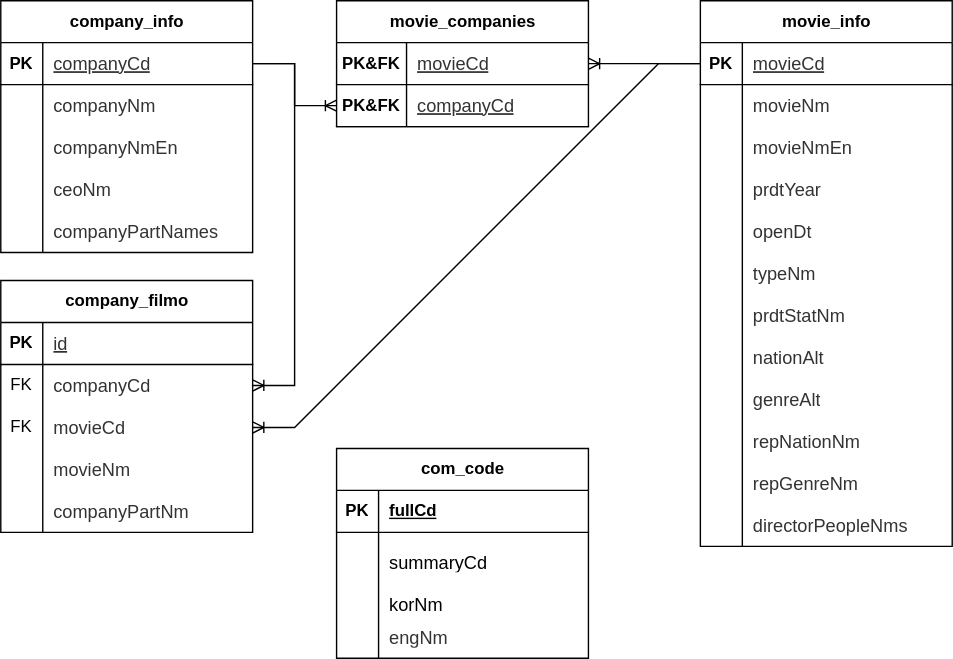
moner050/cine-info keeps this draw.io diagram as cine-info-erd.svg. Above is the earlier version. Source tidied: cells renumbered, new cells last; positions are measured from the earlier drawing's top-left corner, leaving out a move shared by most shapes.
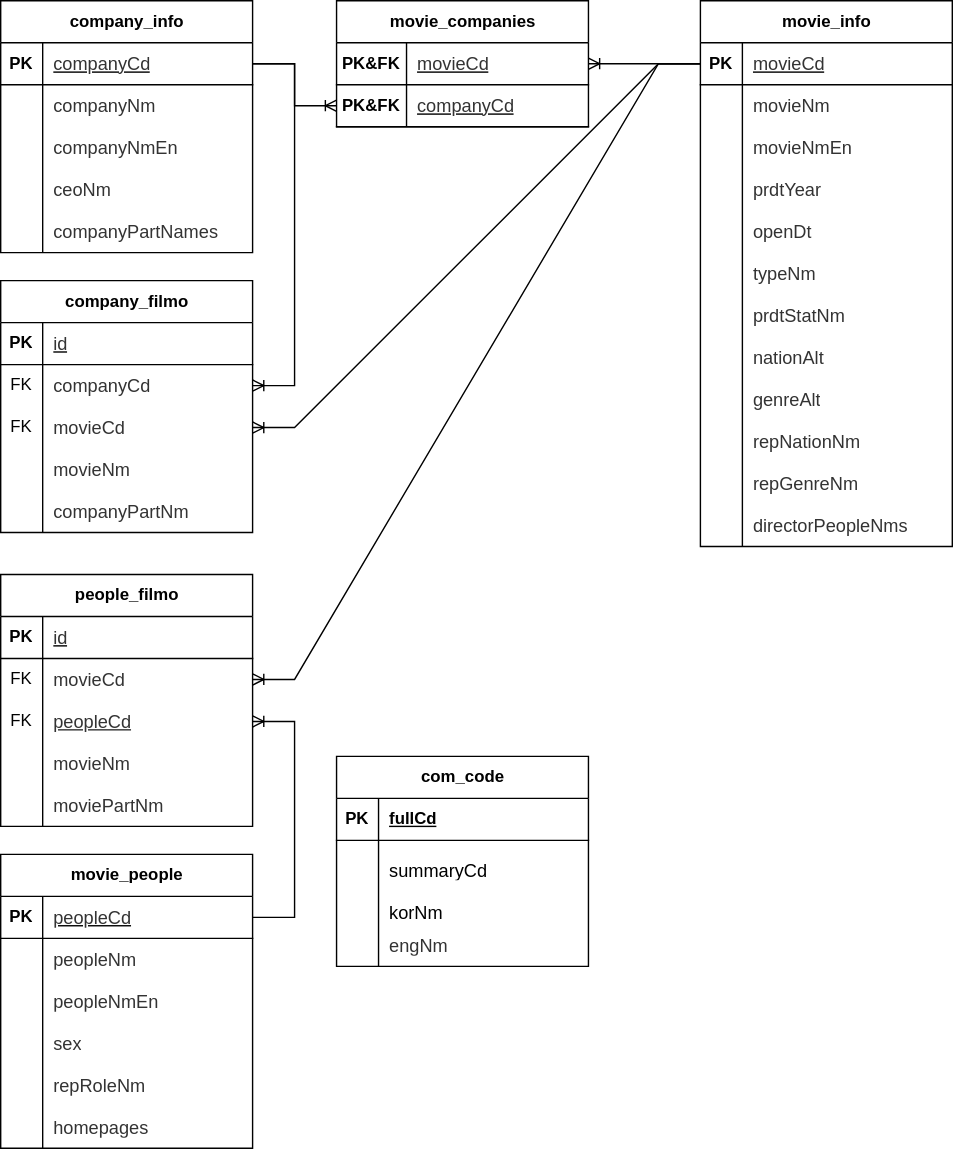
After the change.

What changed in the source:
```diff
@@ -3,7 +3,7 @@
     <mxCell id="0" />
     <mxCell id="1" parent="0" />
     <mxCell id="2" value="com_code" style="shape=table;startSize=30;rowLines=0;fontStyle=1;align=center;html=1;" parent="1" vertex="1">
-      <mxGeometry x="760" y="530" width="180" height="150" as="geometry" />
+      <mxGeometry x="760" y="750" width="180" height="150" as="geometry" />
     </mxCell>
     <mxCell id="3" style="shape=tableRow;horizontal=0;startSize=0;swimlaneHead=0;swimlaneBody=0;fillColor=none;top=0;left=0;right=0;bottom=1;" parent="2" vertex="1">
       <mxGeometry y="30" width="180" height="30" as="geometry" />
@@ -269,6 +269,54 @@
     <mxCell id="90" value="&lt;span style=&quot;color: rgb(51, 51, 51); font-family: &amp;quot;Nanum Gothic&amp;quot;, sans-serif; font-size: 13px; text-align: center; background-color: rgb(255, 255, 255);&quot;&gt;companyPartNm&lt;/span&gt;" style="shape=partialRectangle;fillColor=none;top=0;left=0;bottom=0;right=0;align=left;spacingLeft=6;overflow=hidden;whiteSpace=wrap;html=1;" parent="88" vertex="1">
       <mxGeometry x="30" width="150" height="30" as="geometry" />
     </mxCell>
+    <mxCell id="95" value="people_filmo" style="shape=table;startSize=30;rowLines=0;fontStyle=1;align=center;html=1;" parent="1" vertex="1">
+      <mxGeometry x="520" y="620" width="180" height="180" as="geometry" />
+    </mxCell>
+    <mxCell id="96" style="shape=tableRow;horizontal=0;startSize=0;swimlaneHead=0;swimlaneBody=0;fillColor=none;top=0;left=0;right=0;bottom=1;" parent="95" vertex="1">
+      <mxGeometry y="30" width="180" height="30" as="geometry" />
+    </mxCell>
+    <mxCell id="97" value="PK" style="shape=partialRectangle;fillColor=none;top=0;left=0;bottom=0;right=0;fontStyle=1;overflow=hidden;whiteSpace=wrap;html=1;" parent="96" vertex="1">
+      <mxGeometry width="30" height="30" as="geometry" />
+    </mxCell>
+    <mxCell id="98" value="&lt;font face=&quot;Nanum Gothic, sans-serif&quot; color=&quot;#333333&quot;&gt;&lt;span style=&quot;font-size: 13px; font-weight: 400; background-color: rgb(255, 255, 255);&quot;&gt;id&lt;/span&gt;&lt;/font&gt;" style="shape=partialRectangle;fillColor=none;top=0;left=0;bottom=0;right=0;align=left;spacingLeft=6;fontStyle=5;overflow=hidden;whiteSpace=wrap;html=1;" parent="96" vertex="1">
+      <mxGeometry x="30" width="150" height="30" as="geometry" />
+    </mxCell>
+    <mxCell id="99" style="shape=tableRow;horizontal=0;startSize=0;swimlaneHead=0;swimlaneBody=0;fillColor=none;points=[[0,0.5],[1,0.5]];portConstraint=eastwest;top=0;left=0;right=0;bottom=0;" parent="95" vertex="1">
+      <mxGeometry y="60" width="180" height="30" as="geometry" />
+    </mxCell>
+    <mxCell id="100" value="FK" style="shape=partialRectangle;fillColor=none;top=0;left=0;bottom=0;right=0;overflow=hidden;whiteSpace=wrap;html=1;" parent="99" vertex="1">
+      <mxGeometry width="30" height="30" as="geometry" />
+    </mxCell>
+    <mxCell id="101" value="&lt;span style=&quot;color: rgb(51, 51, 51); font-family: &amp;quot;Nanum Gothic&amp;quot;, sans-serif; font-size: 13px; text-align: center; background-color: rgb(255, 255, 255);&quot;&gt;movieCd&lt;/span&gt;" style="shape=partialRectangle;fillColor=none;top=0;left=0;bottom=0;right=0;align=left;spacingLeft=6;overflow=hidden;whiteSpace=wrap;html=1;" parent="99" vertex="1">
+      <mxGeometry x="30" width="150" height="30" as="geometry" />
+    </mxCell>
+    <mxCell id="102" style="shape=tableRow;horizontal=0;startSize=0;swimlaneHead=0;swimlaneBody=0;fillColor=none;points=[[0,0.5],[1,0.5]];portConstraint=eastwest;top=0;left=0;right=0;bottom=0;" parent="95" vertex="1">
+      <mxGeometry y="90" width="180" height="30" as="geometry" />
+    </mxCell>
+    <mxCell id="103" value="FK" style="shape=partialRectangle;fillColor=none;top=0;left=0;bottom=0;right=0;overflow=hidden;whiteSpace=wrap;html=1;" parent="102" vertex="1">
+      <mxGeometry width="30" height="30" as="geometry" />
+    </mxCell>
+    <mxCell id="104" value="&lt;span style=&quot;color: rgb(51, 51, 51); font-family: &amp;quot;Nanum Gothic&amp;quot;, sans-serif; font-size: 13px; text-align: center; background-color: rgb(255, 255, 255); text-decoration-line: underline;&quot;&gt;peopleCd&lt;/span&gt;" style="shape=partialRectangle;fillColor=none;top=0;left=0;bottom=0;right=0;align=left;spacingLeft=6;overflow=hidden;whiteSpace=wrap;html=1;" parent="102" vertex="1">
+      <mxGeometry x="30" width="150" height="30" as="geometry" />
+    </mxCell>
+    <mxCell id="105" style="shape=tableRow;horizontal=0;startSize=0;swimlaneHead=0;swimlaneBody=0;fillColor=none;top=0;left=0;right=0;bottom=0;" parent="95" vertex="1">
+      <mxGeometry y="120" width="180" height="30" as="geometry" />
+    </mxCell>
+    <mxCell id="106" style="shape=partialRectangle;fillColor=none;top=0;left=0;bottom=0;right=0;overflow=hidden;whiteSpace=wrap;html=1;" parent="105" vertex="1">
+      <mxGeometry width="30" height="30" as="geometry" />
+    </mxCell>
+    <mxCell id="107" value="&lt;span style=&quot;color: rgb(51, 51, 51); font-family: &amp;quot;Nanum Gothic&amp;quot;, sans-serif; font-size: 13px; text-align: center; background-color: rgb(255, 255, 255);&quot;&gt;movieNm&lt;/span&gt;" style="shape=partialRectangle;fillColor=none;top=0;left=0;bottom=0;right=0;align=left;spacingLeft=6;overflow=hidden;whiteSpace=wrap;html=1;" parent="105" vertex="1">
+      <mxGeometry x="30" width="150" height="30" as="geometry" />
+    </mxCell>
+    <mxCell id="108" style="shape=tableRow;horizontal=0;startSize=0;swimlaneHead=0;swimlaneBody=0;fillColor=none;top=0;left=0;right=0;bottom=0;" parent="95" vertex="1">
+      <mxGeometry y="150" width="180" height="30" as="geometry" />
+    </mxCell>
+    <mxCell id="109" style="shape=partialRectangle;fillColor=none;top=0;left=0;bottom=0;right=0;overflow=hidden;whiteSpace=wrap;html=1;" parent="108" vertex="1">
+      <mxGeometry width="30" height="30" as="geometry" />
+    </mxCell>
+    <mxCell id="110" value="&lt;span style=&quot;color: rgb(51, 51, 51); font-family: &amp;quot;Nanum Gothic&amp;quot;, sans-serif; font-size: 13px; text-align: center; background-color: rgb(255, 255, 255);&quot;&gt;moviePartNm&lt;/span&gt;" style="shape=partialRectangle;fillColor=none;top=0;left=0;bottom=0;right=0;align=left;spacingLeft=6;overflow=hidden;whiteSpace=wrap;html=1;" parent="108" vertex="1">
+      <mxGeometry x="30" width="150" height="30" as="geometry" />
+    </mxCell>
     <mxCell id="91" style="edgeStyle=entityRelationEdgeStyle;fontSize=12;html=1;endArrow=ERoneToMany;rounded=0;exitX=0;exitY=0.5;exitDx=0;exitDy=0;entryX=1;entryY=0.5;entryDx=0;entryDy=0;" parent="1" edge="1" source="39" target="32">
       <mxGeometry relative="1" as="geometry" />
     </mxCell>
@@ -300,5 +348,68 @@
     <mxCell id="94" style="edgeStyle=entityRelationEdgeStyle;fontSize=12;html=1;endArrow=ERoneToMany;rounded=0;exitX=1;exitY=0.5;exitDx=0;exitDy=0;entryX=0;entryY=0.5;entryDx=0;entryDy=0;" parent="1" edge="1" source="16" target="35">
       <mxGeometry relative="1" as="geometry" />
     </mxCell>
+    <mxCell id="111" value="movie_people" style="shape=table;startSize=30;rowLines=0;fontStyle=1;align=center;html=1;" parent="1" vertex="1">
+      <mxGeometry x="520" y="820" width="180" height="210" as="geometry" />
+    </mxCell>
+    <mxCell id="112" style="shape=tableRow;horizontal=0;startSize=0;swimlaneHead=0;swimlaneBody=0;fillColor=none;points=[[0,0.5],[1,0.5]];portConstraint=eastwest;top=0;left=0;right=0;bottom=1;" parent="111" vertex="1">
+      <mxGeometry y="30" width="180" height="30" as="geometry" />
+    </mxCell>
+    <mxCell id="113" value="PK" style="shape=partialRectangle;fillColor=none;top=0;left=0;bottom=0;right=0;fontStyle=1;overflow=hidden;whiteSpace=wrap;html=1;" parent="112" vertex="1">
+      <mxGeometry width="30" height="30" as="geometry" />
+    </mxCell>
+    <mxCell id="114" value="&lt;span style=&quot;color: rgb(51, 51, 51); font-family: &amp;quot;Nanum Gothic&amp;quot;, sans-serif; font-size: 13px; font-weight: 400; text-align: center; background-color: rgb(255, 255, 255);&quot;&gt;peopleCd&lt;/span&gt;" style="shape=partialRectangle;fillColor=none;top=0;left=0;bottom=0;right=0;align=left;spacingLeft=6;fontStyle=5;overflow=hidden;whiteSpace=wrap;html=1;" parent="112" vertex="1">
+      <mxGeometry x="30" width="150" height="30" as="geometry" />
+    </mxCell>
+    <mxCell id="115" style="shape=tableRow;horizontal=0;startSize=0;swimlaneHead=0;swimlaneBody=0;fillColor=none;top=0;left=0;right=0;bottom=0;" parent="111" vertex="1">
+      <mxGeometry y="60" width="180" height="30" as="geometry" />
+    </mxCell>
+    <mxCell id="116" style="shape=partialRectangle;fillColor=none;top=0;left=0;bottom=0;right=0;overflow=hidden;whiteSpace=wrap;html=1;" parent="115" vertex="1">
+      <mxGeometry width="30" height="30" as="geometry" />
+    </mxCell>
+    <mxCell id="117" value="&lt;span style=&quot;color: rgb(51, 51, 51); font-family: &amp;quot;Nanum Gothic&amp;quot;, sans-serif; font-size: 13px; text-align: center; background-color: rgb(255, 255, 255);&quot;&gt;peopleNm&lt;/span&gt;" style="shape=partialRectangle;fillColor=none;top=0;left=0;bottom=0;right=0;align=left;spacingLeft=6;overflow=hidden;whiteSpace=wrap;html=1;" parent="115" vertex="1">
+      <mxGeometry x="30" width="150" height="30" as="geometry" />
+    </mxCell>
+    <mxCell id="118" style="shape=tableRow;horizontal=0;startSize=0;swimlaneHead=0;swimlaneBody=0;fillColor=none;top=0;left=0;right=0;bottom=0;" parent="111" vertex="1">
+      <mxGeometry y="90" width="180" height="30" as="geometry" />
+    </mxCell>
+    <mxCell id="119" style="shape=partialRectangle;fillColor=none;top=0;left=0;bottom=0;right=0;overflow=hidden;whiteSpace=wrap;html=1;" parent="118" vertex="1">
+      <mxGeometry width="30" height="30" as="geometry" />
+    </mxCell>
+    <mxCell id="120" value="&lt;span style=&quot;color: rgb(51, 51, 51); font-family: &amp;quot;Nanum Gothic&amp;quot;, sans-serif; font-size: 13px; text-align: center; background-color: rgb(255, 255, 255);&quot;&gt;peopleNmEn&lt;/span&gt;" style="shape=partialRectangle;fillColor=none;top=0;left=0;bottom=0;right=0;align=left;spacingLeft=6;overflow=hidden;whiteSpace=wrap;html=1;" parent="118" vertex="1">
+      <mxGeometry x="30" width="150" height="30" as="geometry" />
+    </mxCell>
+    <mxCell id="121" style="shape=tableRow;horizontal=0;startSize=0;swimlaneHead=0;swimlaneBody=0;fillColor=none;top=0;left=0;right=0;bottom=0;" parent="111" vertex="1">
+      <mxGeometry y="120" width="180" height="30" as="geometry" />
+    </mxCell>
+    <mxCell id="122" style="shape=partialRectangle;fillColor=none;top=0;left=0;bottom=0;right=0;overflow=hidden;whiteSpace=wrap;html=1;" parent="121" vertex="1">
+      <mxGeometry width="30" height="30" as="geometry" />
+    </mxCell>
+    <mxCell id="123" value="&lt;span style=&quot;color: rgb(51, 51, 51); font-family: &amp;quot;Nanum Gothic&amp;quot;, sans-serif; font-size: 13px; text-align: center; background-color: rgb(255, 255, 255);&quot;&gt;sex&lt;/span&gt;" style="shape=partialRectangle;fillColor=none;top=0;left=0;bottom=0;right=0;align=left;spacingLeft=6;overflow=hidden;whiteSpace=wrap;html=1;" parent="121" vertex="1">
+      <mxGeometry x="30" width="150" height="30" as="geometry" />
+    </mxCell>
+    <mxCell id="124" style="shape=tableRow;horizontal=0;startSize=0;swimlaneHead=0;swimlaneBody=0;fillColor=none;top=0;left=0;right=0;bottom=0;" parent="111" vertex="1">
+      <mxGeometry y="150" width="180" height="30" as="geometry" />
+    </mxCell>
+    <mxCell id="125" style="shape=partialRectangle;fillColor=none;top=0;left=0;bottom=0;right=0;overflow=hidden;whiteSpace=wrap;html=1;" parent="124" vertex="1">
+      <mxGeometry width="30" height="30" as="geometry" />
+    </mxCell>
+    <mxCell id="126" value="&lt;span style=&quot;color: rgb(51, 51, 51); font-family: &amp;quot;Nanum Gothic&amp;quot;, sans-serif; font-size: 13px; text-align: center; background-color: rgb(255, 255, 255);&quot;&gt;repRoleNm&lt;/span&gt;" style="shape=partialRectangle;fillColor=none;top=0;left=0;bottom=0;right=0;align=left;spacingLeft=6;overflow=hidden;whiteSpace=wrap;html=1;" parent="124" vertex="1">
+      <mxGeometry x="30" width="150" height="30" as="geometry" />
+    </mxCell>
+    <mxCell id="127" style="shape=tableRow;horizontal=0;startSize=0;swimlaneHead=0;swimlaneBody=0;fillColor=none;top=0;left=0;right=0;bottom=0;" parent="111" vertex="1">
+      <mxGeometry y="180" width="180" height="30" as="geometry" />
+    </mxCell>
+    <mxCell id="128" style="shape=partialRectangle;fillColor=none;top=0;left=0;bottom=0;right=0;overflow=hidden;whiteSpace=wrap;html=1;" parent="127" vertex="1">
+      <mxGeometry width="30" height="30" as="geometry" />
+    </mxCell>
+    <mxCell id="129" value="&lt;span style=&quot;color: rgb(51, 51, 51); font-family: &amp;quot;Nanum Gothic&amp;quot;, sans-serif; font-size: 13px; text-align: center; background-color: rgb(255, 255, 255);&quot;&gt;homepages&lt;/span&gt;" style="shape=partialRectangle;fillColor=none;top=0;left=0;bottom=0;right=0;align=left;spacingLeft=6;overflow=hidden;whiteSpace=wrap;html=1;" parent="127" vertex="1">
+      <mxGeometry x="30" width="150" height="30" as="geometry" />
+    </mxCell>
+    <mxCell id="130" style="edgeStyle=entityRelationEdgeStyle;fontSize=12;html=1;endArrow=ERoneToMany;rounded=0;exitX=0;exitY=0.5;exitDx=0;exitDy=0;entryX=1;entryY=0.5;entryDx=0;entryDy=0;" parent="1" edge="1" source="39" target="99">
+      <mxGeometry relative="1" as="geometry" />
+    </mxCell>
+    <mxCell id="131" style="edgeStyle=entityRelationEdgeStyle;fontSize=12;html=1;endArrow=ERoneToMany;rounded=0;exitX=1;exitY=0.5;exitDx=0;exitDy=0;entryX=1;entryY=0.5;entryDx=0;entryDy=0;" parent="1" edge="1" source="112" target="102">
+      <mxGeometry relative="1" as="geometry" />
+    </mxCell>
   </root>
 </mxGraphModel>
```
